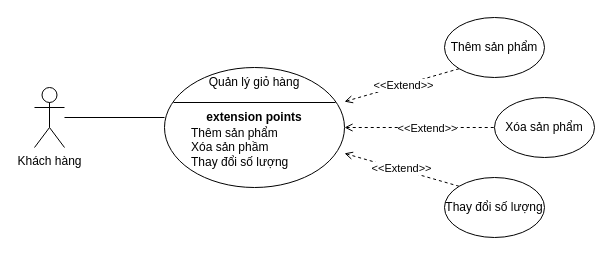
Before: page "KhachHangQuanLyGioHang" (4 of 10) of usecase.drawio in QuangHuy2201/FinalProject-Diagrams, a draw.io diagram. Source tidied: cells renumbered, new cells numbered last; positions are measured from the earlier drawing's top-left corner, leaving out a move shared by most shapes. Both pictures are drawn from the tidied source at 100%, with x=0, y=0 at pixel (34, 17).
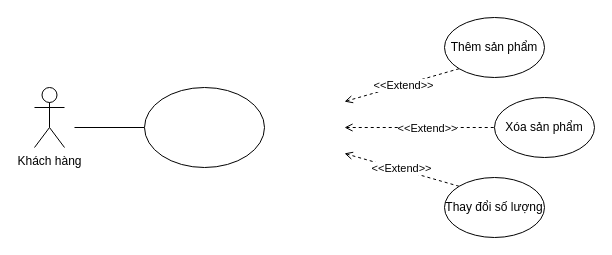
The same diagram, later.

What changed in the source:
```diff
@@
 <mxGraphModel>
   <root>
     <mxCell id="0" />
     <mxCell id="1" parent="0" />
-    <mxCell id="2" style="rounded=0;jettySize=auto;html=1;entryX=0;entryY=1;entryDx=0;entryDy=0;startArrow=open;startFill=0;endArrow=none;endFill=0;dashed=1;" parent="1" edge="1" source="8" target="15">
-      <mxGeometry relative="1" as="geometry" />
+    <mxCell id="2" style="rounded=0;jettySize=auto;html=1;entryX=0;entryY=1;entryDx=0;entryDy=0;startArrow=open;startFill=0;endArrow=none;endFill=0;dashed=1;" parent="1" edge="1" target="15">
+      <mxGeometry relative="1" as="geometry">
+        <mxPoint x="310" y="84.1" as="sourcePoint" />
+      </mxGeometry>
     </mxCell>
     <mxCell id="3" value="&amp;lt;&amp;lt;Extend&amp;gt;&amp;gt;" style="edgeLabel;html=1;align=center;verticalAlign=middle;" parent="2" vertex="1">
       <mxGeometry x="0.02" relative="1" as="geometry" />
     </mxCell>
-    <mxCell id="4" style="rounded=0;jettySize=auto;html=1;entryX=0;entryY=0.5;entryDx=0;entryDy=0;endArrow=none;endFill=0;startArrow=open;startFill=0;dashed=1;" parent="1" edge="1" source="8" target="17">
-      <mxGeometry relative="1" as="geometry" />
+    <mxCell id="4" style="rounded=0;jettySize=auto;html=1;entryX=0;entryY=0.5;entryDx=0;entryDy=0;endArrow=none;endFill=0;startArrow=open;startFill=0;dashed=1;" parent="1" edge="1" target="17">
+      <mxGeometry relative="1" as="geometry">
+        <mxPoint x="310" y="110" as="sourcePoint" />
+      </mxGeometry>
     </mxCell>
     <mxCell id="5" value="&amp;lt;&amp;lt;Extend&amp;gt;&amp;gt;" style="edgeLabel;html=1;align=center;verticalAlign=middle;" parent="4" vertex="1">
       <mxGeometry x="0.09" relative="1" as="geometry" />
     </mxCell>
-    <mxCell id="6" style="rounded=0;jettySize=auto;html=1;entryX=0;entryY=0;entryDx=0;entryDy=0;startArrow=open;startFill=0;endArrow=none;endFill=0;dashed=1;" parent="1" edge="1" source="8" target="16">
-      <mxGeometry relative="1" as="geometry" />
+    <mxCell id="6" style="rounded=0;jettySize=auto;html=1;entryX=0;entryY=0;entryDx=0;entryDy=0;startArrow=open;startFill=0;endArrow=none;endFill=0;dashed=1;" parent="1" edge="1" target="16">
+      <mxGeometry relative="1" as="geometry">
+        <mxPoint x="310" y="135.9" as="sourcePoint" />
+      </mxGeometry>
     </mxCell>
     <mxCell id="7" value="&amp;lt;&amp;lt;Extend&amp;gt;&amp;gt;" style="edgeLabel;html=1;align=center;verticalAlign=middle;" parent="6" vertex="1">
       <mxGeometry x="-0.03" y="1" relative="1" as="geometry" />
     </mxCell>
-    <mxCell id="8" style="shape=ellipse;horizontal=1;html=1;dashed=0;align=center;" parent="1" vertex="1">
-      <mxGeometry x="130" y="50" width="180" height="120" as="geometry" />
-    </mxCell>
-    <mxCell id="9" value="Quản lý giỏ hàng" style="html=1;strokeColor=none;fillColor=none;align=center;verticalAlign=middle;whiteSpace=wrap;" parent="8" vertex="1">
-      <mxGeometry width="180" height="30" as="geometry" />
-    </mxCell>
-    <mxCell id="10" style="line;strokeWidth=1;fillColor=none;labelPosition=right;dashed=0;" parent="8" vertex="1">
-      <mxGeometry x="9" y="30" width="162" height="10" as="geometry" />
-    </mxCell>
-    <mxCell id="11" value="extension points" style="text;html=1;align=center;verticalAlign=middle;fillColor=none;strokeColor=none;whiteSpace=wrap;fontStyle=1;" parent="8" vertex="1">
-      <mxGeometry y="35" width="180" height="30" as="geometry" />
-    </mxCell>
-    <mxCell id="12" value="Thêm sản phẩm&lt;div&gt;Xóa sản phầm&lt;/div&gt;&lt;div&gt;Thay đổi số lượng&lt;/div&gt;" style="text;html=1;align=left;verticalAlign=middle;spacingLeft=25;fillColor=none;strokeColor=none;whiteSpace=wrap;labelPosition=center;verticalLabelPosition=middle;" parent="8" vertex="1">
-      <mxGeometry y="65" width="180" height="30" as="geometry" />
-    </mxCell>
     <mxCell id="13" value="Khách hàng" style="shape=umlActor;verticalLabelPosition=bottom;verticalAlign=top;html=1;" parent="1" vertex="1">
       <mxGeometry y="70" width="30" height="60" as="geometry" />
     </mxCell>
-    <mxCell id="14" style="rounded=0;jettySize=auto;html=1;endArrow=none;endFill=0;" parent="1" edge="1" source="11" target="13">
-      <mxGeometry relative="1" as="geometry" />
-    </mxCell>
     <mxCell id="15" value="Thêm sản phẩm" style="ellipse;whiteSpace=wrap;html=1;" parent="1" vertex="1">
       <mxGeometry x="410" width="100" height="60" as="geometry" />
     </mxCell>
     <mxCell id="16" value="Thay đổi số lượng" style="ellipse;whiteSpace=wrap;html=1;" parent="1" vertex="1">
       <mxGeometry x="410" y="160" width="100" height="60" as="geometry" />
     </mxCell>
     <mxCell id="17" value="Xóa sản phẩm" style="ellipse;whiteSpace=wrap;html=1;" parent="1" vertex="1">
       <mxGeometry x="460" y="80" width="100" height="60" as="geometry" />
     </mxCell>
+    <mxCell id="18" style="rounded=0;jettySize=auto;html=1;endArrow=none;endFill=0;" parent="1" edge="1" source="19">
+      <mxGeometry relative="1" as="geometry">
+        <mxPoint x="40" y="110" as="targetPoint" />
+      </mxGeometry>
+    </mxCell>
+    <mxCell id="19" style="ellipse;whiteSpace=wrap;html=1;" parent="1" vertex="1">
+      <mxGeometry x="110" y="70" width="120" height="80" as="geometry" />
+    </mxCell>
   </root>
 </mxGraphModel>
```
